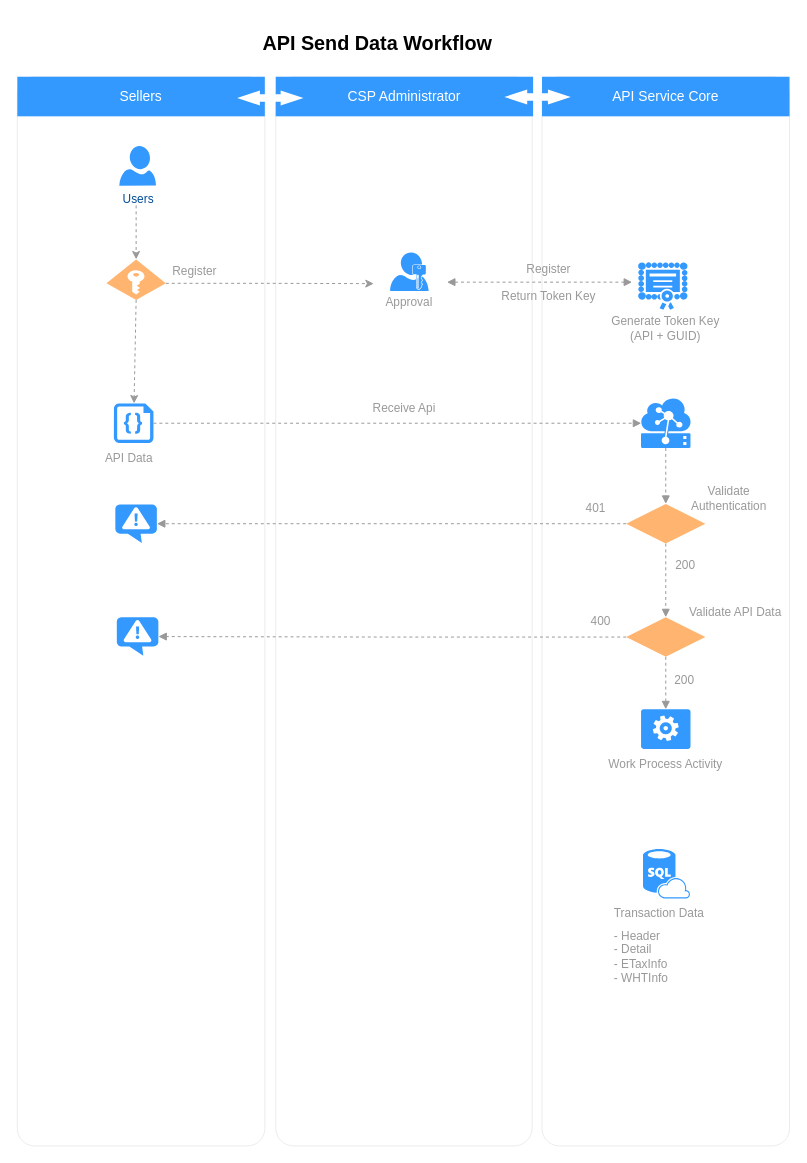
Earlier version of the draw.io diagram API Send Workflow.drawio (nirawat/eTax). Source tidied: cells renumbered, new cells numbered last; positions are measured from the earlier drawing's top-left corner, leaving out a move shared by most shapes. Both pictures are drawn from the tidied source at 99%, with x=0, y=0 at pixel (17, 17).
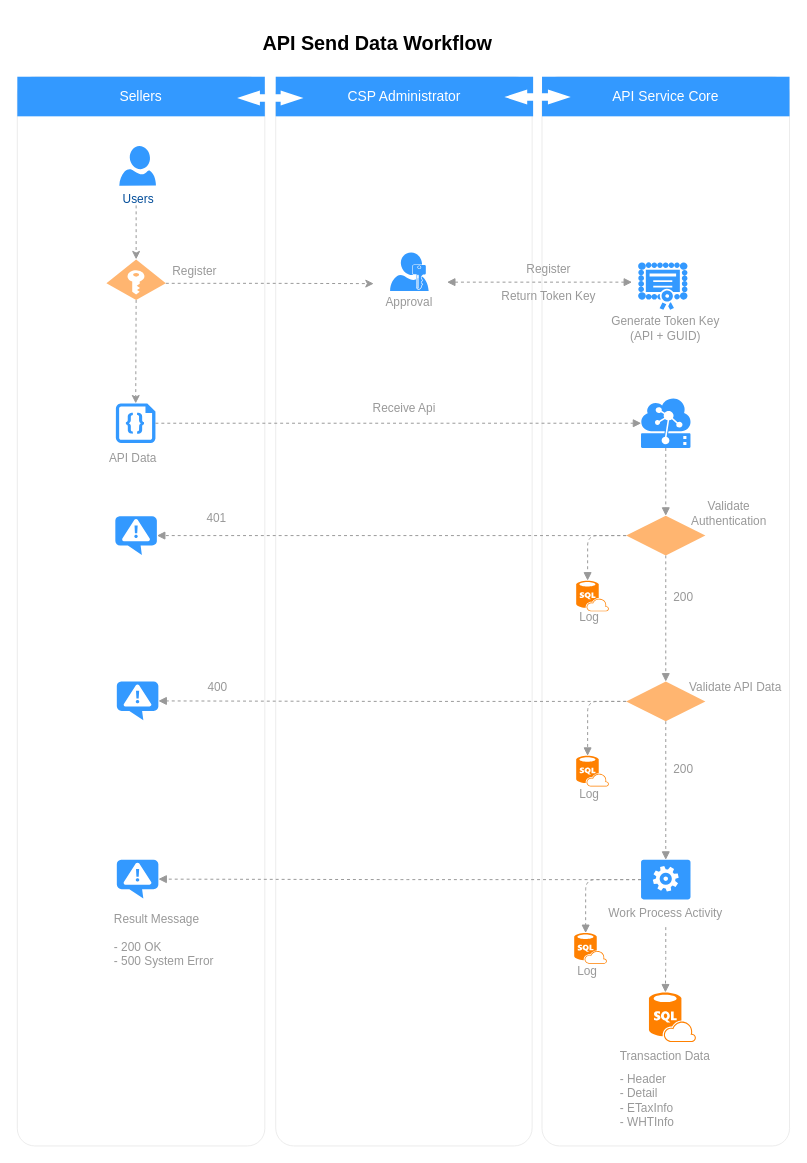
After the change.

The change refers to these unchanged cells:
```xml
<mxCell id="26" style="group;" parent="1" vertex="1">
  <mxGeometry x="86.5" y="370" width="67" height="86" as="geometry" />
</mxCell>
<mxCell id="49" value="Work Process Activity" style="text;html=1;strokeColor=none;fillColor=none;align=center;verticalAlign=middle;whiteSpace=wrap;rounded=0;fontSize=12;fontColor=#999999;" parent="47" vertex="1">
  <mxGeometry y="41" width="230" height="29" as="geometry" />
</mxCell>
<mxCell id="51" style="group;" parent="50" vertex="1">
  <mxGeometry width="108" height="79" as="geometry" />
</mxCell>
```

Change to the diagram source:
```diff
@@
     <mxCell id="27" value="API Data" style="text;html=1;strokeColor=none;fillColor=none;align=left;verticalAlign=middle;whiteSpace=wrap;rounded=0;fontSize=12;fontColor=#999999;rotation=0;" parent="26" vertex="1">
-      <mxGeometry y="66" width="67" height="20" as="geometry" />
+      <mxGeometry x="4" y="66" width="67" height="20" as="geometry" />
     </mxCell>
     <mxCell id="28" style="verticalLabelPosition=bottom;html=1;verticalAlign=top;align=center;strokeColor=none;fillColor=#3399FF;shape=mxgraph.azure.code_file;fontSize=12;fontColor=#999999;" parent="26" vertex="1">
-      <mxGeometry x="11" y="20" width="40" height="40" as="geometry" />
+      <mxGeometry x="13" y="20" width="40" height="40" as="geometry" />
     </mxCell>
@@
+    <mxCell id="55" style="edgeStyle=orthogonalEdgeStyle;rounded=1;jettySize=auto;html=1;exitX=0;exitY=0.5;exitDx=0;exitDy=0;entryX=0.35;entryY=0;entryDx=0;entryDy=0;entryPerimeter=0;dashed=1;startArrow=none;startFill=0;endArrow=block;endFill=1;strokeColor=#999999;fontSize=12;fontColor=#999999;" parent="1" edge="1" source="35" target="59">
+      <mxGeometry relative="1" as="geometry" />
+    </mxCell>
     <mxCell id="35" style="rhombus;whiteSpace=wrap;html=1;strokeColor=none;strokeWidth=1;fillColor=#FFB570;fontSize=12;fontColor=#999999;align=left;" parent="1" vertex="1">
-      <mxGeometry x="615" y="491.5" width="80" height="40" as="geometry" />
+      <mxGeometry x="615" y="503.5" width="80" height="40" as="geometry" />
     </mxCell>
     <mxCell id="36" value="401" style="text;html=1;strokeColor=none;fillColor=none;align=center;verticalAlign=middle;whiteSpace=wrap;rounded=0;fontSize=12;fontColor=#999999;" parent="1" vertex="1">
-      <mxGeometry x="559" y="486" width="51" height="20" as="geometry" />
+      <mxGeometry x="175.5" y="496" width="51" height="20" as="geometry" />
     </mxCell>
     <mxCell id="37" value="200" style="text;html=1;strokeColor=none;fillColor=none;align=left;verticalAlign=middle;whiteSpace=wrap;rounded=0;fontSize=12;fontColor=#999999;" parent="1" vertex="1">
-      <mxGeometry x="663" y="544" width="64" height="20" as="geometry" />
+      <mxGeometry x="661" y="576" width="64" height="20" as="geometry" />
     </mxCell>
     <mxCell id="38" value="Validate Authentication" style="text;html=1;strokeColor=none;fillColor=none;align=center;verticalAlign=middle;whiteSpace=wrap;rounded=0;fontSize=12;fontColor=#999999;" parent="1" vertex="1">
-      <mxGeometry x="662" y="471.5" width="114" height="29" as="geometry" />
+      <mxGeometry x="662" y="486" width="114" height="29" as="geometry" />
     </mxCell>
     <mxCell id="39" value="Validate API Data" style="text;html=1;strokeColor=none;fillColor=none;align=left;verticalAlign=middle;whiteSpace=wrap;rounded=0;fontSize=12;fontColor=#999999;" parent="1" vertex="1">
-      <mxGeometry x="677" y="586" width="103" height="29" as="geometry" />
+      <mxGeometry x="677" y="662" width="103" height="29" as="geometry" />
     </mxCell>
@@
+    <mxCell id="56" style="edgeStyle=orthogonalEdgeStyle;rounded=1;jettySize=auto;html=1;exitX=0;exitY=0.5;exitDx=0;exitDy=0;entryX=0.35;entryY=0;entryDx=0;entryDy=0;entryPerimeter=0;dashed=1;startArrow=none;startFill=0;endArrow=block;endFill=1;strokeColor=#999999;fontSize=12;fontColor=#999999;" parent="1" edge="1" source="42" target="62">
+      <mxGeometry relative="1" as="geometry" />
+    </mxCell>
     <mxCell id="42" style="rhombus;whiteSpace=wrap;html=1;strokeColor=none;strokeWidth=1;fillColor=#FFB570;fontSize=12;fontColor=#999999;align=left;" parent="1" vertex="1">
-      <mxGeometry x="615" y="606" width="80" height="40" as="geometry" />
+      <mxGeometry x="615" y="671" width="80" height="40" as="geometry" />
     </mxCell>
     <mxCell id="43" value="400" style="text;html=1;strokeColor=none;fillColor=none;align=center;verticalAlign=middle;whiteSpace=wrap;rounded=0;fontSize=12;fontColor=#999999;" parent="1" vertex="1">
-      <mxGeometry x="564" y="600" width="51" height="20" as="geometry" />
+      <mxGeometry x="176.5" y="666.5" width="51" height="20" as="geometry" />
     </mxCell>
     <mxCell id="44" value="200" style="text;html=1;strokeColor=none;fillColor=none;align=left;verticalAlign=middle;whiteSpace=wrap;rounded=0;fontSize=12;fontColor=#999999;" parent="1" vertex="1">
-      <mxGeometry x="662" y="660" width="64" height="20" as="geometry" />
+      <mxGeometry x="661" y="750" width="64" height="20" as="geometry" />
     </mxCell>
     <mxCell id="45" style="verticalLabelPosition=bottom;html=1;verticalAlign=top;align=center;strokeColor=none;fillColor=#3399FF;shape=mxgraph.azure.notification_topic;fontSize=12;fontColor=#999999;" parent="1" vertex="1">
-      <mxGeometry x="99" y="492" width="42" height="39" as="geometry" />
+      <mxGeometry x="99" y="504" width="42" height="39" as="geometry" />
     </mxCell>
     <mxCell id="46" style="verticalLabelPosition=bottom;html=1;verticalAlign=top;align=center;strokeColor=none;fillColor=#3399FF;shape=mxgraph.azure.notification_topic;fontSize=12;fontColor=#999999;" parent="1" vertex="1">
-      <mxGeometry x="100.5" y="606" width="42" height="39" as="geometry" />
+      <mxGeometry x="100.5" y="671" width="42" height="39" as="geometry" />
     </mxCell>
     <mxCell id="47" style="group;" parent="1" vertex="1">
-      <mxGeometry x="540" y="699" width="230" height="70" as="geometry" />
+      <mxGeometry x="540" y="849" width="230" height="70" as="geometry" />
     </mxCell>
     <mxCell id="48" style="verticalLabelPosition=bottom;html=1;verticalAlign=top;align=center;strokeColor=none;fillColor=#3399FF;shape=mxgraph.azure.worker_role;fontSize=12;fontColor=#999999;" parent="47" vertex="1">
-      <mxGeometry x="90" width="50" height="40" as="geometry" />
+      <mxGeometry x="90" y="2" width="50" height="40" as="geometry" />
     </mxCell>
@@
     <mxCell id="50" style="group;" parent="1" vertex="1">
-      <mxGeometry x="601" y="840" width="108" height="139" as="geometry" />
+      <mxGeometry x="607" y="985" width="108" height="139" as="geometry" />
     </mxCell>
@@
-    <mxCell id="53" style="verticalLabelPosition=bottom;html=1;verticalAlign=top;align=center;strokeColor=none;fillColor=#3399FF;shape=mxgraph.azure.sql_database_sql_azure;fontSize=12;fontColor=#999999;" parent="51" vertex="1">
+    <mxCell id="53" style="verticalLabelPosition=bottom;html=1;verticalAlign=top;align=center;strokeColor=none;fillColor=#FF8000;shape=mxgraph.azure.sql_database_sql_azure;fontSize=12;fontColor=#999999;" parent="51" vertex="1">
       <mxGeometry x="31" width="47.5" height="50" as="geometry" />
     </mxCell>
@@
+    <mxCell id="57" style="group;" parent="1" vertex="1">
+      <mxGeometry x="556" y="542" width="40" height="53.5" as="geometry" />
+    </mxCell>
+    <mxCell id="58" value="Log" style="text;html=1;strokeColor=none;fillColor=none;align=center;verticalAlign=middle;whiteSpace=wrap;rounded=0;fontSize=12;fontColor=#999999;" parent="57" vertex="1">
+      <mxGeometry x="1.5" y="49.5" width="40" height="29" as="geometry" />
+    </mxCell>
+    <mxCell id="59" style="verticalLabelPosition=bottom;html=1;verticalAlign=top;align=center;strokeColor=none;fillColor=#FF8000;shape=mxgraph.azure.sql_database_sql_azure;fontSize=12;fontColor=#999999;" parent="57" vertex="1">
+      <mxGeometry x="8.5" y="27" width="33" height="31" as="geometry" />
+    </mxCell>
+    <mxCell id="60" style="group;" parent="1" vertex="1">
+      <mxGeometry x="557.5" y="746" width="40" height="53.5" as="geometry" />
+    </mxCell>
+    <mxCell id="61" value="Log" style="text;html=1;strokeColor=none;fillColor=none;align=center;verticalAlign=middle;whiteSpace=wrap;rounded=0;fontSize=12;fontColor=#999999;" parent="60" vertex="1">
+      <mxGeometry y="24.5" width="40" height="29" as="geometry" />
+    </mxCell>
+    <mxCell id="62" style="verticalLabelPosition=bottom;html=1;verticalAlign=top;align=center;strokeColor=none;fillColor=#FF8000;shape=mxgraph.azure.sql_database_sql_azure;fontSize=12;fontColor=#999999;" parent="60" vertex="1">
+      <mxGeometry x="7" width="33" height="31" as="geometry" />
+    </mxCell>
+    <mxCell id="63" style="edgeStyle=orthogonalEdgeStyle;rounded=1;jettySize=auto;html=1;exitX=0.5;exitY=1;exitDx=0;exitDy=0;entryX=0.35;entryY=0;entryDx=0;entryDy=0;entryPerimeter=0;dashed=1;startArrow=none;startFill=0;endArrow=block;endFill=1;strokeColor=#999999;fontSize=12;fontColor=#999999;" parent="1" edge="1" source="49" target="53">
+      <mxGeometry relative="1" as="geometry" />
+    </mxCell>
+    <mxCell id="64" style="verticalLabelPosition=bottom;html=1;verticalAlign=top;align=center;strokeColor=none;fillColor=#3399FF;shape=mxgraph.azure.notification_topic;fontSize=12;fontColor=#999999;" parent="1" vertex="1">
+      <mxGeometry x="100.5" y="851" width="42" height="39" as="geometry" />
+    </mxCell>
+    <mxCell id="65" style="edgeStyle=orthogonalEdgeStyle;rounded=1;jettySize=auto;html=1;exitX=0;exitY=0.5;exitDx=0;exitDy=0;exitPerimeter=0;entryX=1;entryY=0.5;entryDx=0;entryDy=0;entryPerimeter=0;dashed=1;startArrow=none;startFill=0;endArrow=block;endFill=1;strokeColor=#999999;fontSize=12;fontColor=#999999;" parent="1" edge="1" source="48" target="64">
+      <mxGeometry relative="1" as="geometry" />
+    </mxCell>
+    <mxCell id="66" style="group;" parent="1" vertex="1">
+      <mxGeometry x="567.5" y="756" width="40" height="53.5" as="geometry" />
+    </mxCell>
+    <mxCell id="67" value="Log" style="text;html=1;strokeColor=none;fillColor=none;align=center;verticalAlign=middle;whiteSpace=wrap;rounded=0;fontSize=12;fontColor=#999999;" parent="66" vertex="1">
+      <mxGeometry x="-12" y="193.5" width="40" height="29" as="geometry" />
+    </mxCell>
+    <mxCell id="68" style="verticalLabelPosition=bottom;html=1;verticalAlign=top;align=center;strokeColor=none;fillColor=#FF8000;shape=mxgraph.azure.sql_database_sql_azure;fontSize=12;fontColor=#999999;" parent="66" vertex="1">
+      <mxGeometry x="-5" y="169" width="33" height="31" as="geometry" />
+    </mxCell>
+    <mxCell id="69" style="edgeStyle=orthogonalEdgeStyle;rounded=1;jettySize=auto;html=1;exitX=0;exitY=0.5;exitDx=0;exitDy=0;exitPerimeter=0;entryX=0.35;entryY=0;entryDx=0;entryDy=0;entryPerimeter=0;dashed=1;startArrow=none;startFill=0;endArrow=block;endFill=1;strokeColor=#999999;fontSize=12;fontColor=#999999;" parent="1" edge="1" source="48" target="68">
+      <mxGeometry relative="1" as="geometry" />
+    </mxCell>
+    <mxCell id="70" value="Result Message&lt;br&gt;&lt;br&gt;- 200 OK&lt;br&gt;- 500 System Error&lt;br&gt;" style="text;html=1;strokeColor=none;fillColor=none;align=left;verticalAlign=middle;whiteSpace=wrap;rounded=0;fontSize=12;fontColor=#999999;" parent="1" vertex="1">
+      <mxGeometry x="96" y="884" width="126" height="96" as="geometry" />
+    </mxCell>
```
